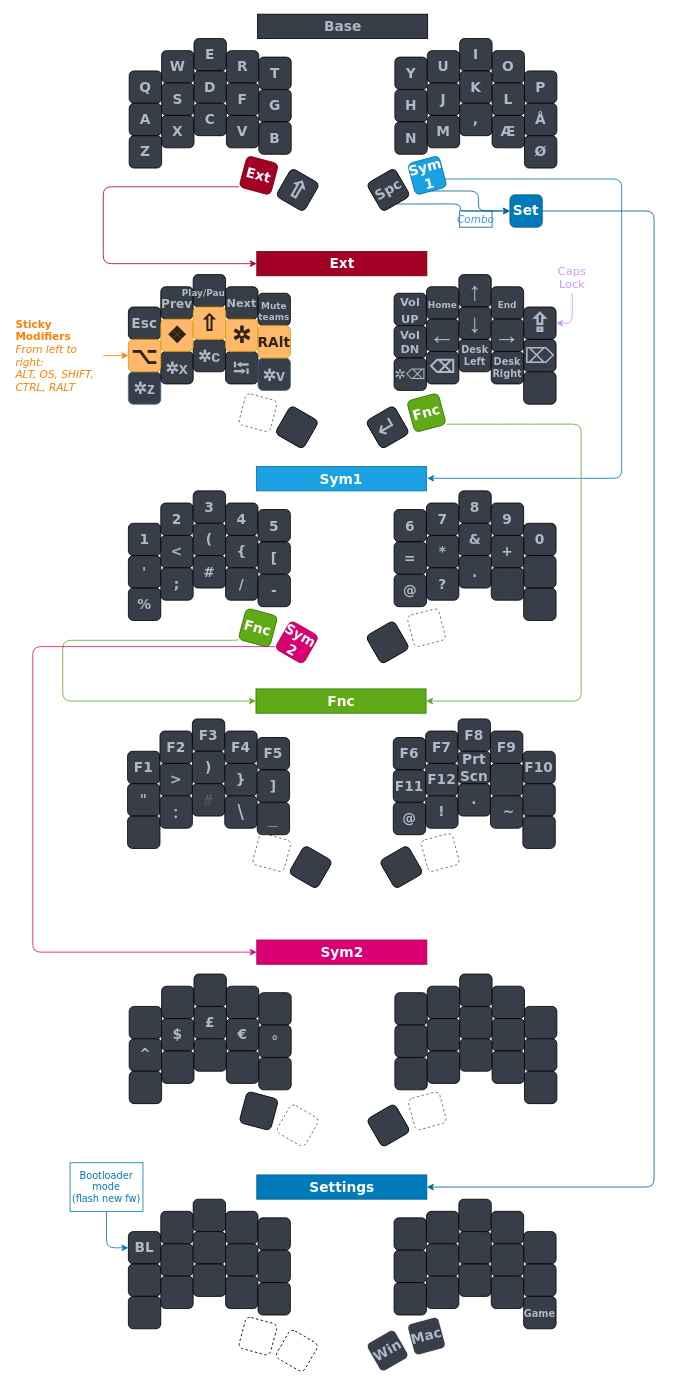
This is Palm Keyboard Layout.drawio from henrik-palm/zmk-urchin, a draw.io file, before an edit. Source tidied: cells renumbered, new cells numbered last; positions are measured from the earlier drawing's top-left corner, leaving out a move shared by most shapes. Both pictures are drawn from the tidied source at 81%, with x=0, y=0 at pixel (14, 14).
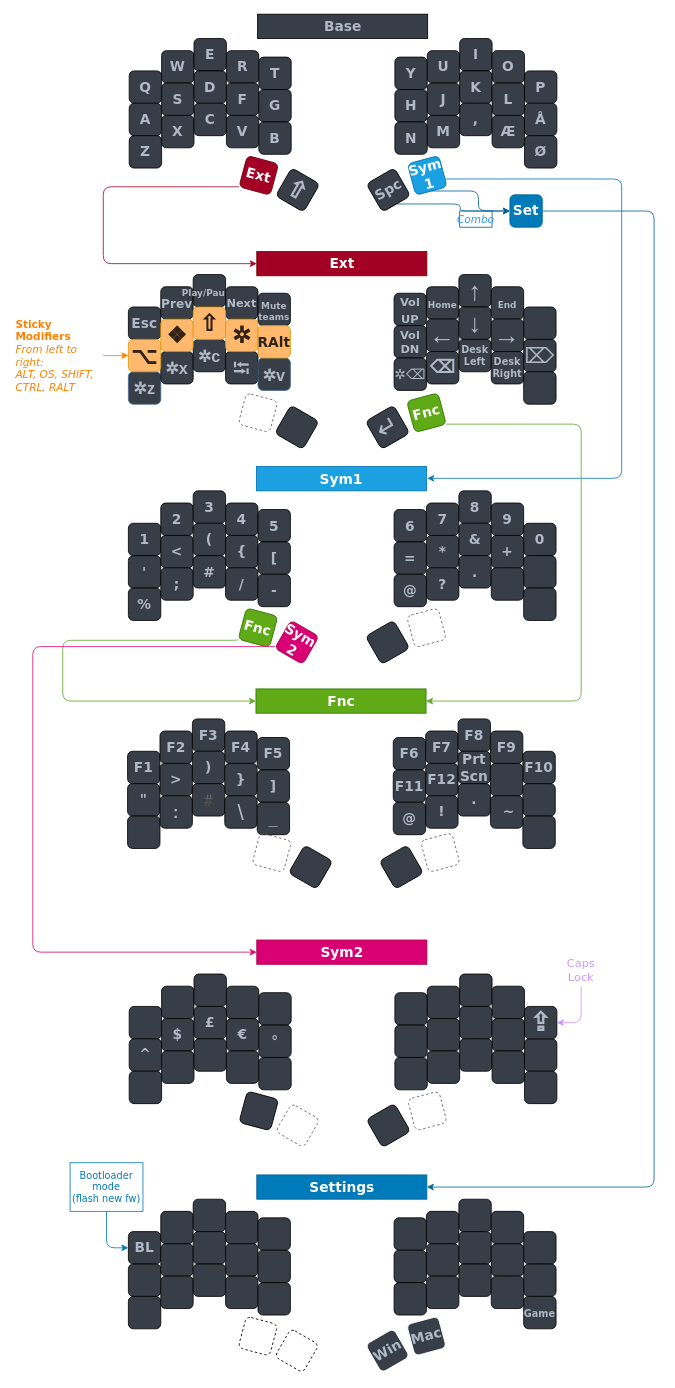
After the change.

Commit message:
move caps lock in drawio

Change to the diagram source:
```diff
@@
-    <mxCell id="132" value="&lt;span style=&quot;font-family: &amp;quot;segoe ui emoji&amp;quot;, &amp;quot;apple color emoji&amp;quot;, &amp;quot;noto color emoji&amp;quot;; font-size: 32px;&quot;&gt;⇪&lt;/span&gt;" style="whiteSpace=wrap;html=1;fontSize=17;fontFamily=Verdana;fontStyle=1;fontColor=#AFB9C7;fillColor=#383E47;rounded=1;" parent="1" vertex="1">
+    <mxCell id="132" style="whiteSpace=wrap;html=1;fontSize=17;fontFamily=Verdana;fontStyle=1;fontColor=#AFB9C7;fillColor=#383E47;rounded=1;" parent="1" vertex="1">
       <mxGeometry x="629" y="361.5" width="40" height="40" as="geometry" />
     </mxCell>
@@
-    <mxCell id="188" style="edgeStyle=orthogonalEdgeStyle;rounded=1;jettySize=auto;html=1;entryX=1;entryY=0.5;entryDx=0;entryDy=0;fontColor=#CC99FF;strokeColor=#CC99FF;curved=0;" parent="1" edge="1" source="189" target="132">
+    <mxCell id="188" style="edgeStyle=orthogonalEdgeStyle;rounded=1;jettySize=auto;html=1;entryX=1;entryY=0.5;entryDx=0;entryDy=0;fontColor=#CC99FF;strokeColor=#CC99FF;curved=0;exitX=0.5;exitY=1;exitDx=0;exitDy=0;" parent="1" edge="1" source="189" target="229">
       <mxGeometry relative="1" as="geometry" />
     </mxCell>
     <mxCell id="189" value="Caps&lt;br&gt;Lock" style="text;html=1;align=center;verticalAlign=middle;whiteSpace=wrap;rounded=0;shadow=0;glass=0;sketch=0;fontFamily=Verdana;fontSize=14;fillColor=none;fontColor=#CC99FF;" parent="1" vertex="1">
-      <mxGeometry x="669" y="304.5" width="40" height="40" as="geometry" />
+      <mxGeometry x="680" y="1160" width="40" height="40" as="geometry" />
     </mxCell>
@@
-    <mxCell id="211" style="whiteSpace=wrap;html=1;fontSize=17;fontFamily=Verdana;fontStyle=1;fontColor=#AFB9C7;fillColor=#383E47;rounded=1;" parent="1" vertex="1">
-      <mxGeometry x="630" y="1225" width="40" height="40" as="geometry" />
-    </mxCell>
@@
+    <mxCell id="229" value="&lt;span style=&quot;font-family: &amp;quot;segoe ui emoji&amp;quot;, &amp;quot;apple color emoji&amp;quot;, &amp;quot;noto color emoji&amp;quot;; font-size: 32px;&quot;&gt;⇪&lt;/span&gt;" style="whiteSpace=wrap;html=1;fontSize=17;fontFamily=Verdana;fontStyle=1;fontColor=#AFB9C7;fillColor=#383E47;rounded=1;" parent="1" vertex="1">
+      <mxGeometry x="630" y="1225" width="40" height="40" as="geometry" />
+    </mxCell>
```
